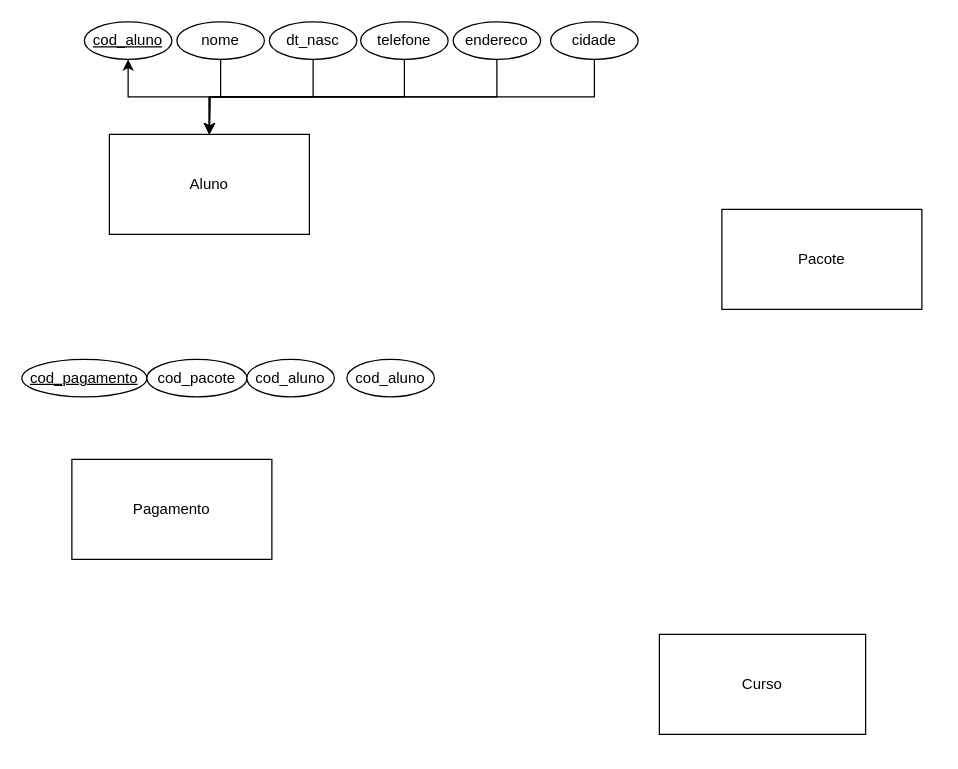
Earlier version of the draw.io diagram Relacional DER.drawio (AugustoEnzo/StructuredQueryLanguage). Source tidied: cells renumbered, new cells numbered last; positions are measured from the earlier drawing's top-left corner, leaving out a move shared by most shapes. Both pictures are drawn from the tidied source at 125%, with x=0, y=0 at pixel (21, 21).
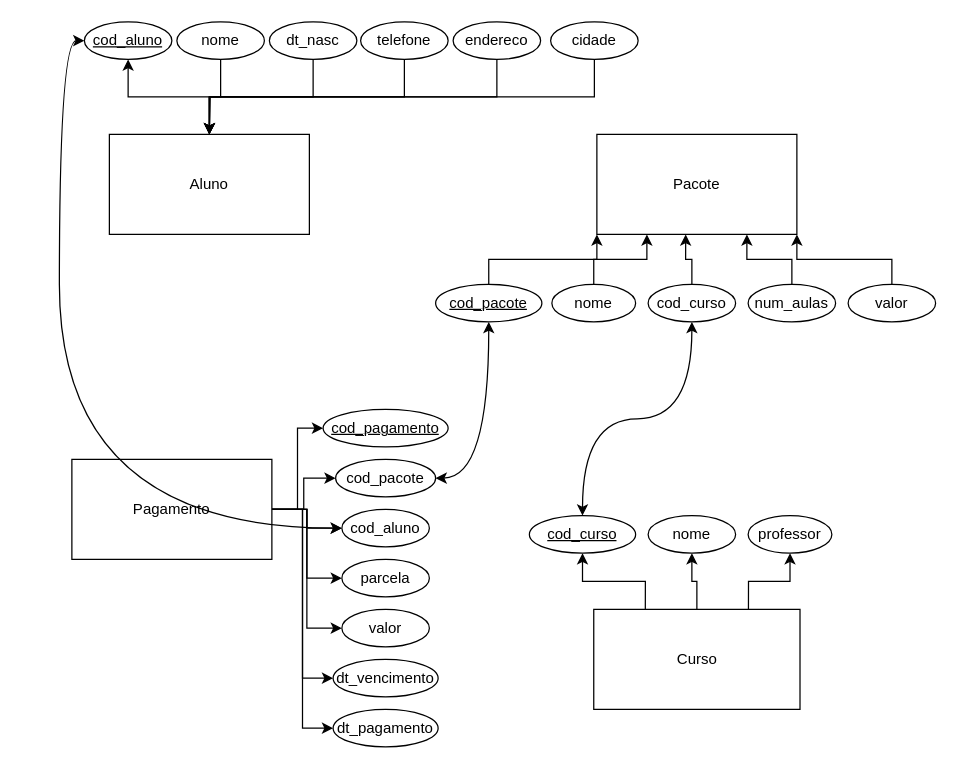
The same diagram, later.

The change refers to these unchanged cells:
```xml
<mxCell id="5" value="Pagamento" style="rounded=0;whiteSpace=wrap;html=1;" parent="1" vertex="1">
  <mxGeometry x="40" y="350" width="160" height="80" as="geometry" />
</mxCell>
<mxCell id="7" value="&lt;u&gt;cod_aluno&lt;/u&gt;" style="ellipse;whiteSpace=wrap;html=1;strokeColor=#000000;" parent="1" vertex="1">
  <mxGeometry x="50" width="70" height="30" as="geometry" />
</mxCell>
```

Diff of the diagram source:
```diff
@@
     <mxCell id="4" value="Pacote" style="rounded=0;whiteSpace=wrap;html=1;" parent="1" vertex="1">
-      <mxGeometry x="560" y="150" width="160" height="80" as="geometry" />
+      <mxGeometry x="460" y="90" width="160" height="80" as="geometry" />
     </mxCell>
+    <mxCell id="22" style="edgeStyle=orthogonalEdgeStyle;rounded=0;jettySize=auto;html=1;exitX=1;exitY=0.5;exitDx=0;exitDy=0;entryX=0;entryY=0.5;entryDx=0;entryDy=0;" parent="1" edge="1" source="5" target="16">
+      <mxGeometry relative="1" as="geometry" />
+    </mxCell>
+    <mxCell id="23" style="edgeStyle=orthogonalEdgeStyle;rounded=0;jettySize=auto;html=1;exitX=1;exitY=0.5;exitDx=0;exitDy=0;entryX=0;entryY=0.5;entryDx=0;entryDy=0;" parent="1" edge="1" source="5" target="19">
+      <mxGeometry relative="1" as="geometry" />
+    </mxCell>
+    <mxCell id="24" style="edgeStyle=orthogonalEdgeStyle;rounded=0;jettySize=auto;html=1;exitX=1;exitY=0.5;exitDx=0;exitDy=0;entryX=0;entryY=0.5;entryDx=0;entryDy=0;" parent="1" edge="1" source="5" target="20">
+      <mxGeometry relative="1" as="geometry" />
+    </mxCell>
+    <mxCell id="25" style="edgeStyle=orthogonalEdgeStyle;rounded=0;jettySize=auto;html=1;exitX=1;exitY=0.5;exitDx=0;exitDy=0;entryX=0;entryY=0.5;entryDx=0;entryDy=0;" parent="1" edge="1" source="5" target="21">
+      <mxGeometry relative="1" as="geometry" />
+    </mxCell>
+    <mxCell id="26" style="edgeStyle=orthogonalEdgeStyle;rounded=0;jettySize=auto;html=1;exitX=1;exitY=0.5;exitDx=0;exitDy=0;entryX=0;entryY=0.5;entryDx=0;entryDy=0;" parent="1" edge="1" source="5" target="34">
+      <mxGeometry relative="1" as="geometry" />
+    </mxCell>
+    <mxCell id="27" style="edgeStyle=orthogonalEdgeStyle;rounded=0;jettySize=auto;html=1;exitX=1;exitY=0.5;exitDx=0;exitDy=0;entryX=0;entryY=0.5;entryDx=0;entryDy=0;" parent="1" edge="1" source="5" target="35">
+      <mxGeometry relative="1" as="geometry" />
+    </mxCell>
+    <mxCell id="28" style="edgeStyle=orthogonalEdgeStyle;rounded=0;jettySize=auto;html=1;exitX=1;exitY=0.5;exitDx=0;exitDy=0;entryX=0;entryY=0.5;entryDx=0;entryDy=0;" parent="1" edge="1" source="5" target="36">
+      <mxGeometry relative="1" as="geometry" />
+    </mxCell>
@@
+    <mxCell id="29" style="edgeStyle=orthogonalEdgeStyle;rounded=0;jettySize=auto;html=1;exitX=0.25;exitY=0;exitDx=0;exitDy=0;" parent="1" edge="1" source="6" target="48">
+      <mxGeometry relative="1" as="geometry" />
+    </mxCell>
+    <mxCell id="30" style="edgeStyle=orthogonalEdgeStyle;rounded=0;jettySize=auto;html=1;exitX=0.5;exitY=0;exitDx=0;exitDy=0;entryX=0.5;entryY=1;entryDx=0;entryDy=0;" parent="1" edge="1" source="6" target="50">
+      <mxGeometry relative="1" as="geometry" />
+    </mxCell>
+    <mxCell id="31" style="edgeStyle=orthogonalEdgeStyle;rounded=0;jettySize=auto;html=1;exitX=0.75;exitY=0;exitDx=0;exitDy=0;entryX=0.5;entryY=1;entryDx=0;entryDy=0;" parent="1" edge="1" source="6" target="49">
+      <mxGeometry relative="1" as="geometry" />
+    </mxCell>
     <mxCell id="6" value="Curso" style="rounded=0;whiteSpace=wrap;html=1;" parent="1" vertex="1">
-      <mxGeometry x="510" y="490" width="165" height="80" as="geometry" />
+      <mxGeometry x="457.5" y="470" width="165" height="80" as="geometry" />
     </mxCell>
+    <mxCell id="32" style="edgeStyle=orthogonalEdgeStyle;curved=1;rounded=0;jettySize=auto;html=1;exitX=0;exitY=0.5;exitDx=0;exitDy=0;entryX=0;entryY=0.5;entryDx=0;entryDy=0;startArrow=classic;startFill=1;endArrow=classic;endFill=1;elbow=vertical;" parent="1" edge="1" source="7" target="20">
+      <mxGeometry relative="1" as="geometry" />
+    </mxCell>
@@
     <mxCell id="16" value="&lt;u&gt;cod_pagamento&lt;/u&gt;" style="ellipse;whiteSpace=wrap;html=1;strokeColor=#000000;" parent="1" vertex="1">
-      <mxGeometry y="270" width="100" height="30" as="geometry" />
+      <mxGeometry x="241" y="310" width="100" height="30" as="geometry" />
     </mxCell>
@@
+    <mxCell id="33" style="edgeStyle=orthogonalEdgeStyle;curved=1;rounded=0;jettySize=auto;html=1;exitX=1;exitY=0.5;exitDx=0;exitDy=0;entryX=0.5;entryY=1;entryDx=0;entryDy=0;startArrow=classic;startFill=1;endArrow=classic;endFill=1;elbow=vertical;" parent="1" edge="1" source="19" target="38">
+      <mxGeometry relative="1" as="geometry" />
+    </mxCell>
     <mxCell id="19" value="cod_pacote" style="ellipse;whiteSpace=wrap;html=1;strokeColor=#000000;" parent="1" vertex="1">
-      <mxGeometry x="100" y="270" width="80" height="30" as="geometry" />
+      <mxGeometry x="251" y="350" width="80" height="30" as="geometry" />
     </mxCell>
     <mxCell id="20" value="cod_aluno" style="ellipse;whiteSpace=wrap;html=1;strokeColor=#000000;" parent="1" vertex="1">
-      <mxGeometry x="180" y="270" width="70" height="30" as="geometry" />
+      <mxGeometry x="256" y="390" width="70" height="30" as="geometry" />
     </mxCell>
-    <mxCell id="21" value="cod_aluno" style="ellipse;whiteSpace=wrap;html=1;strokeColor=#000000;" parent="1" vertex="1">
-      <mxGeometry x="260" y="270" width="70" height="30" as="geometry" />
+    <mxCell id="21" value="parcela" style="ellipse;whiteSpace=wrap;html=1;strokeColor=#000000;" parent="1" vertex="1">
+      <mxGeometry x="256" y="430" width="70" height="30" as="geometry" />
     </mxCell>
+    <mxCell id="34" value="valor" style="ellipse;whiteSpace=wrap;html=1;strokeColor=#000000;" parent="1" vertex="1">
+      <mxGeometry x="256" y="470" width="70" height="30" as="geometry" />
+    </mxCell>
+    <mxCell id="35" value="dt_vencimento" style="ellipse;whiteSpace=wrap;html=1;strokeColor=#000000;" parent="1" vertex="1">
+      <mxGeometry x="249" y="510" width="84" height="30" as="geometry" />
+    </mxCell>
+    <mxCell id="36" value="dt_pagamento" style="ellipse;whiteSpace=wrap;html=1;strokeColor=#000000;" parent="1" vertex="1">
+      <mxGeometry x="249" y="550" width="84" height="30" as="geometry" />
+    </mxCell>
+    <mxCell id="37" style="edgeStyle=orthogonalEdgeStyle;rounded=0;jettySize=auto;html=1;exitX=0.5;exitY=0;exitDx=0;exitDy=0;entryX=0;entryY=1;entryDx=0;entryDy=0;" parent="1" edge="1" source="38" target="4">
+      <mxGeometry relative="1" as="geometry" />
+    </mxCell>
+    <mxCell id="38" value="&lt;u&gt;cod_pacote&lt;/u&gt;" style="ellipse;whiteSpace=wrap;html=1;strokeColor=#000000;" parent="1" vertex="1">
+      <mxGeometry x="331" y="210" width="85" height="30" as="geometry" />
+    </mxCell>
+    <mxCell id="39" style="edgeStyle=orthogonalEdgeStyle;rounded=0;jettySize=auto;html=1;exitX=0.5;exitY=0;exitDx=0;exitDy=0;entryX=0.25;entryY=1;entryDx=0;entryDy=0;" parent="1" edge="1" source="40" target="4">
+      <mxGeometry relative="1" as="geometry" />
+    </mxCell>
+    <mxCell id="40" value="nome" style="ellipse;whiteSpace=wrap;html=1;strokeColor=#000000;" parent="1" vertex="1">
+      <mxGeometry x="424" y="210" width="67" height="30" as="geometry" />
+    </mxCell>
+    <mxCell id="41" style="edgeStyle=orthogonalEdgeStyle;rounded=0;jettySize=auto;html=1;exitX=0.5;exitY=0;exitDx=0;exitDy=0;entryX=0.444;entryY=1;entryDx=0;entryDy=0;entryPerimeter=0;" parent="1" edge="1" source="42" target="4">
+      <mxGeometry relative="1" as="geometry" />
+    </mxCell>
+    <mxCell id="42" value="cod_curso" style="ellipse;whiteSpace=wrap;html=1;strokeColor=#000000;" parent="1" vertex="1">
+      <mxGeometry x="501" y="210" width="70" height="30" as="geometry" />
+    </mxCell>
+    <mxCell id="43" style="edgeStyle=orthogonalEdgeStyle;rounded=0;jettySize=auto;html=1;exitX=0.5;exitY=0;exitDx=0;exitDy=0;entryX=0.75;entryY=1;entryDx=0;entryDy=0;" parent="1" edge="1" source="44" target="4">
+      <mxGeometry relative="1" as="geometry" />
+    </mxCell>
+    <mxCell id="44" value="num_aulas" style="ellipse;whiteSpace=wrap;html=1;strokeColor=#000000;" parent="1" vertex="1">
+      <mxGeometry x="581" y="210" width="70" height="30" as="geometry" />
+    </mxCell>
+    <mxCell id="45" style="edgeStyle=orthogonalEdgeStyle;rounded=0;jettySize=auto;html=1;exitX=0.5;exitY=0;exitDx=0;exitDy=0;entryX=1;entryY=1;entryDx=0;entryDy=0;" parent="1" edge="1" source="46" target="4">
+      <mxGeometry relative="1" as="geometry" />
+    </mxCell>
+    <mxCell id="46" value="valor" style="ellipse;whiteSpace=wrap;html=1;strokeColor=#000000;" parent="1" vertex="1">
+      <mxGeometry x="661" y="210" width="70" height="30" as="geometry" />
+    </mxCell>
+    <mxCell id="47" style="edgeStyle=orthogonalEdgeStyle;rounded=0;jettySize=auto;html=1;exitX=0.5;exitY=0;exitDx=0;exitDy=0;entryX=0.5;entryY=1;entryDx=0;entryDy=0;endArrow=classic;endFill=1;elbow=vertical;curved=1;startArrow=classic;startFill=1;" parent="1" edge="1" source="48" target="42">
+      <mxGeometry relative="1" as="geometry" />
+    </mxCell>
+    <mxCell id="48" value="&lt;u&gt;cod_curso&lt;/u&gt;" style="ellipse;whiteSpace=wrap;html=1;strokeColor=#000000;" parent="1" vertex="1">
+      <mxGeometry x="406" y="395" width="85" height="30" as="geometry" />
+    </mxCell>
+    <mxCell id="49" value="professor" style="ellipse;whiteSpace=wrap;html=1;strokeColor=#000000;" parent="1" vertex="1">
+      <mxGeometry x="581" y="395" width="67" height="30" as="geometry" />
+    </mxCell>
+    <mxCell id="50" value="nome" style="ellipse;whiteSpace=wrap;html=1;strokeColor=#000000;" parent="1" vertex="1">
+      <mxGeometry x="501" y="395" width="70" height="30" as="geometry" />
+    </mxCell>
```
